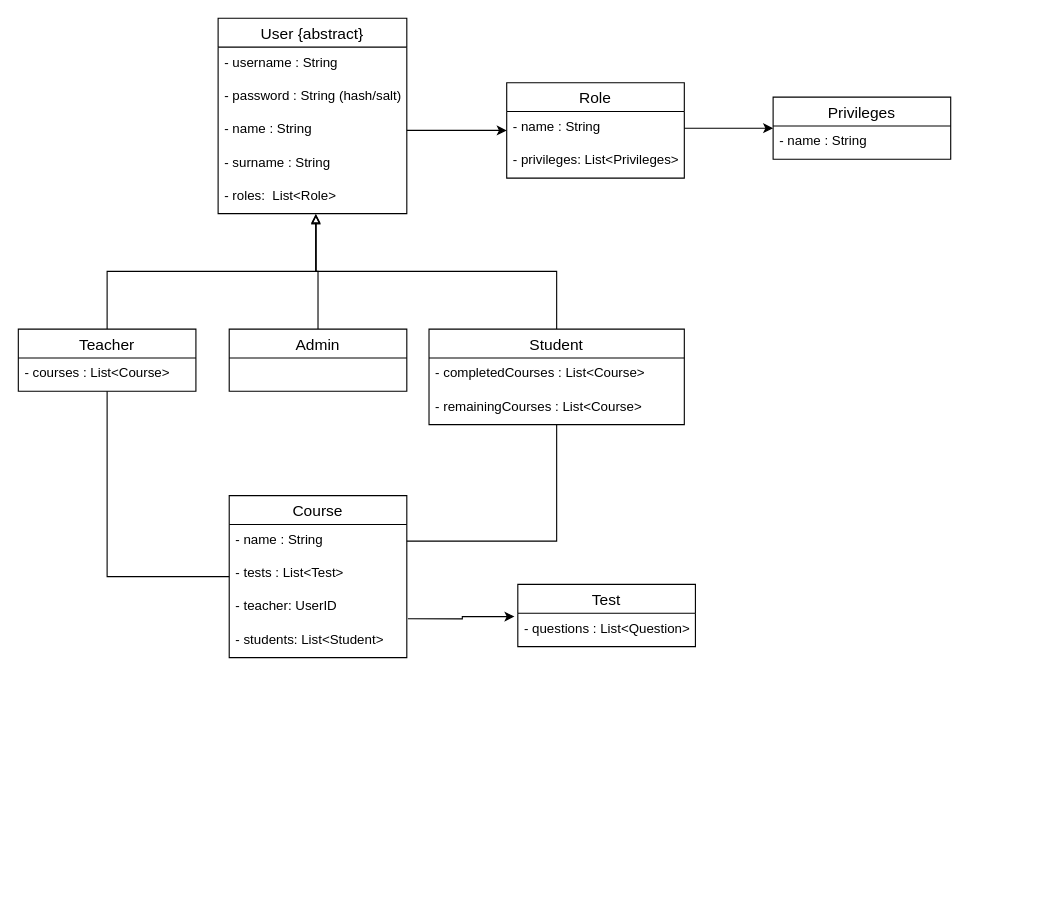
Marieta3/e-obrazovanje keeps this draw.io diagram as diagrams/ClassDiagram.drawio. Above is the earlier version. Source tidied: cells renumbered, new cells numbered last; positions are measured from the earlier drawing's top-left corner, leaving out a move shared by most shapes. Both pictures are drawn from the tidied source at 111%, with x=0, y=0 at pixel (18, 18).
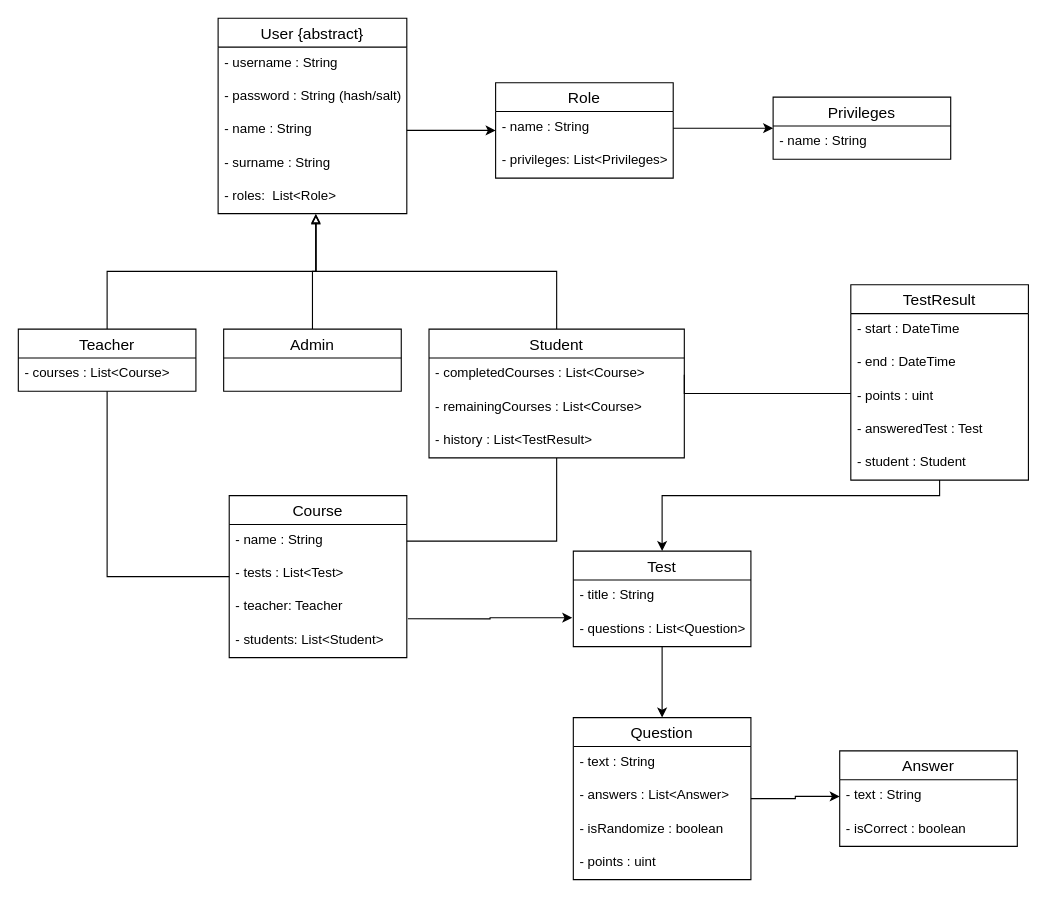
The same diagram, later.

Unchanged cells that the change refers to:
```xml
<mxCell id="17" value="Course" style="swimlane;fontStyle=0;horizontal=1;startSize=26;align=center;fontSize=14;" parent="1" vertex="1">
  <mxGeometry x="190" y="430" width="160" height="146" as="geometry" />
</mxCell>
<mxCell id="21" value="- students: List&lt;Student&gt;" style="text;strokeColor=none;fillColor=none;spacingLeft=4;spacingRight=4;overflow=hidden;points=[[0,0.5],[1,0.5]];portConstraint=eastwest;fontSize=12;" parent="17" vertex="1">
  <mxGeometry y="116" width="160" height="30" as="geometry" />
</mxCell>
<mxCell id="25" value="Teacher" style="swimlane;fontStyle=0;horizontal=1;startSize=26;align=center;fontSize=14;" parent="1" vertex="1">
  <mxGeometry y="280" width="160" height="56" as="geometry" />
</mxCell>
<mxCell id="32" value="- completedCourses : List&lt;Course&gt;" style="text;strokeColor=none;fillColor=none;spacingLeft=4;spacingRight=4;overflow=hidden;points=[[0,0.5],[1,0.5]];portConstraint=eastwest;fontSize=12;" parent="31" vertex="1">
  <mxGeometry y="26" width="230" height="30" as="geometry" />
</mxCell>
```

Diff of the diagram source:
```diff
@@
     <mxCell id="8" value="Role" style="swimlane;fontStyle=0;horizontal=1;startSize=26;align=center;fontSize=14;" parent="1" vertex="1">
-      <mxGeometry x="440" y="58" width="160" height="86" as="geometry" />
+      <mxGeometry x="430" y="58" width="160" height="86" as="geometry" />
     </mxCell>
@@
-    <mxCell id="15" style="edgeStyle=orthogonalEdgeStyle;rounded=0;jettySize=auto;html=1;entryX=-0.019;entryY=0.1;entryDx=0;entryDy=0;entryPerimeter=0;exitX=1.006;exitY=-0.167;exitDx=0;exitDy=0;exitPerimeter=0;" parent="1" edge="1" source="21" target="23">
+    <mxCell id="15" style="edgeStyle=orthogonalEdgeStyle;rounded=0;jettySize=auto;html=1;entryX=-0.006;entryY=1.133;entryDx=0;entryDy=0;entryPerimeter=0;exitX=1.006;exitY=-0.167;exitDx=0;exitDy=0;exitPerimeter=0;" parent="1" edge="1" source="21" target="23">
       <mxGeometry relative="1" as="geometry" />
     </mxCell>
-    <mxCell id="16" style="edgeStyle=orthogonalEdgeStyle;rounded=0;jettySize=auto;html=1;entryX=0.5;entryY=1;entryDx=0;entryDy=0;endArrow=none;endFill=0;" parent="1" edge="1" source="17" target="25">
+    <mxCell id="16" style="edgeStyle=orthogonalEdgeStyle;rounded=0;jettySize=auto;html=1;entryX=0.5;entryY=1;entryDx=0;entryDy=0;endArrow=none;endFill=0;startArrow=none;startFill=0;" parent="1" edge="1" source="17" target="25">
       <mxGeometry relative="1" as="geometry" />
     </mxCell>
@@
-    <mxCell id="20" value="- teacher: UserID" style="text;strokeColor=none;fillColor=none;spacingLeft=4;spacingRight=4;overflow=hidden;fontSize=12;" parent="17" vertex="1">
+    <mxCell id="20" value="- teacher: Teacher" style="text;strokeColor=none;fillColor=none;spacingLeft=4;spacingRight=4;overflow=hidden;fontSize=12;" parent="17" vertex="1">
       <mxGeometry y="86" width="160" height="30" as="geometry" />
     </mxCell>
@@
+    <mxCell id="34" style="edgeStyle=orthogonalEdgeStyle;rounded=0;jettySize=auto;html=1;entryX=0.5;entryY=0;entryDx=0;entryDy=0;" parent="1" edge="1" source="22" target="38">
+      <mxGeometry relative="1" as="geometry" />
+    </mxCell>
     <mxCell id="22" value="Test" style="swimlane;fontStyle=0;horizontal=1;startSize=26;align=center;fontSize=14;" parent="1" vertex="1">
-      <mxGeometry x="450" y="510" width="160" height="56" as="geometry" />
+      <mxGeometry x="500" y="480" width="160" height="86" as="geometry" />
     </mxCell>
-    <mxCell id="23" value="- questions : List&lt;Question&gt;" style="text;strokeColor=none;fillColor=none;spacingLeft=4;spacingRight=4;overflow=hidden;points=[[0,0.5],[1,0.5]];portConstraint=eastwest;fontSize=12;" parent="22" vertex="1">
+    <mxCell id="23" value="- title : String" style="text;strokeColor=none;fillColor=none;spacingLeft=4;spacingRight=4;overflow=hidden;points=[[0,0.5],[1,0.5]];portConstraint=eastwest;fontSize=12;" parent="22" vertex="1">
       <mxGeometry y="26" width="160" height="30" as="geometry" />
     </mxCell>
+    <mxCell id="35" value="- questions : List&lt;Question&gt;" style="text;strokeColor=none;fillColor=none;spacingLeft=4;spacingRight=4;overflow=hidden;fontSize=12;" parent="22" vertex="1">
+      <mxGeometry y="56" width="160" height="30" as="geometry" />
+    </mxCell>
@@
     <mxCell id="28" value="Admin" style="swimlane;fontStyle=0;horizontal=1;startSize=26;align=center;fontSize=14;" parent="1" vertex="1">
-      <mxGeometry x="190" y="280" width="160" height="56" as="geometry" />
+      <mxGeometry x="185" y="280" width="160" height="56" as="geometry" />
     </mxCell>
@@
     <mxCell id="31" value="Student" style="swimlane;fontStyle=0;horizontal=1;startSize=26;align=center;fontSize=14;" parent="1" vertex="1">
-      <mxGeometry x="370" y="280" width="230" height="86" as="geometry" />
+      <mxGeometry x="370" y="280" width="230" height="116" as="geometry" />
     </mxCell>
@@
+    <mxCell id="36" value="- history : List&lt;TestResult&gt;" style="text;strokeColor=none;fillColor=none;spacingLeft=4;spacingRight=4;overflow=hidden;fontSize=12;" parent="31" vertex="1">
+      <mxGeometry y="86" width="230" height="30" as="geometry" />
+    </mxCell>
+    <mxCell id="37" style="edgeStyle=orthogonalEdgeStyle;rounded=0;jettySize=auto;html=1;entryX=0;entryY=0.5;entryDx=0;entryDy=0;" parent="1" edge="1" source="38" target="44">
+      <mxGeometry relative="1" as="geometry" />
+    </mxCell>
+    <mxCell id="38" value="Question" style="swimlane;fontStyle=0;horizontal=1;startSize=26;align=center;fontSize=14;" parent="1" vertex="1">
+      <mxGeometry x="500" y="630" width="160" height="146" as="geometry" />
+    </mxCell>
+    <mxCell id="39" value="- text : String" style="text;strokeColor=none;fillColor=none;spacingLeft=4;spacingRight=4;overflow=hidden;fontSize=12;" parent="38" vertex="1">
+      <mxGeometry y="26" width="160" height="30" as="geometry" />
+    </mxCell>
+    <mxCell id="40" value="- answers : List&lt;Answer&gt;" style="text;strokeColor=none;fillColor=none;spacingLeft=4;spacingRight=4;overflow=hidden;fontSize=12;" parent="38" vertex="1">
+      <mxGeometry y="56" width="160" height="30" as="geometry" />
+    </mxCell>
+    <mxCell id="41" value="- isRandomize : boolean" style="text;strokeColor=none;fillColor=none;spacingLeft=4;spacingRight=4;overflow=hidden;fontSize=12;" parent="38" vertex="1">
+      <mxGeometry y="86" width="160" height="30" as="geometry" />
+    </mxCell>
+    <mxCell id="42" value="- points : uint" style="text;strokeColor=none;fillColor=none;spacingLeft=4;spacingRight=4;overflow=hidden;fontSize=12;" parent="38" vertex="1">
+      <mxGeometry y="116" width="160" height="30" as="geometry" />
+    </mxCell>
+    <mxCell id="43" value="Answer" style="swimlane;fontStyle=0;horizontal=1;startSize=26;align=center;fontSize=14;" parent="1" vertex="1">
+      <mxGeometry x="740" y="660" width="160" height="86" as="geometry" />
+    </mxCell>
+    <mxCell id="44" value="- text : String" style="text;strokeColor=none;fillColor=none;spacingLeft=4;spacingRight=4;overflow=hidden;points=[[0,0.5],[1,0.5]];portConstraint=eastwest;fontSize=12;" parent="43" vertex="1">
+      <mxGeometry y="26" width="160" height="30" as="geometry" />
+    </mxCell>
+    <mxCell id="45" value="- isCorrect : boolean" style="text;strokeColor=none;fillColor=none;spacingLeft=4;spacingRight=4;overflow=hidden;fontSize=12;" parent="43" vertex="1">
+      <mxGeometry y="56" width="160" height="30" as="geometry" />
+    </mxCell>
+    <mxCell id="46" style="edgeStyle=orthogonalEdgeStyle;rounded=0;jettySize=auto;html=1;entryX=1;entryY=0.5;entryDx=0;entryDy=0;endArrow=none;endFill=0;startArrow=none;startFill=0;" parent="1" edge="1" source="48" target="32">
+      <mxGeometry relative="1" as="geometry">
+        <Array as="points">
+          <mxPoint x="600" y="338" />
+        </Array>
+      </mxGeometry>
+    </mxCell>
+    <mxCell id="47" style="edgeStyle=orthogonalEdgeStyle;rounded=0;jettySize=auto;html=1;entryX=0.5;entryY=0;entryDx=0;entryDy=0;" parent="1" edge="1" source="48" target="22">
+      <mxGeometry relative="1" as="geometry">
+        <Array as="points">
+          <mxPoint x="830" y="430" />
+          <mxPoint x="580" y="430" />
+        </Array>
+      </mxGeometry>
+    </mxCell>
+    <mxCell id="48" value="TestResult" style="swimlane;fontStyle=0;horizontal=1;startSize=26;align=center;fontSize=14;" parent="1" vertex="1">
+      <mxGeometry x="750" y="240" width="160" height="176" as="geometry" />
+    </mxCell>
+    <mxCell id="49" value="- start : DateTime" style="text;strokeColor=none;fillColor=none;spacingLeft=4;spacingRight=4;overflow=hidden;fontSize=12;" parent="48" vertex="1">
+      <mxGeometry y="26" width="160" height="30" as="geometry" />
+    </mxCell>
+    <mxCell id="50" value="- end : DateTime" style="text;strokeColor=none;fillColor=none;spacingLeft=4;spacingRight=4;overflow=hidden;fontSize=12;" parent="48" vertex="1">
+      <mxGeometry y="56" width="160" height="30" as="geometry" />
+    </mxCell>
+    <mxCell id="51" value="- points : uint" style="text;strokeColor=none;fillColor=none;spacingLeft=4;spacingRight=4;overflow=hidden;fontSize=12;" parent="48" vertex="1">
+      <mxGeometry y="86" width="160" height="30" as="geometry" />
+    </mxCell>
+    <mxCell id="52" value="- answeredTest : Test" style="text;strokeColor=none;fillColor=none;spacingLeft=4;spacingRight=4;overflow=hidden;fontSize=12;" parent="48" vertex="1">
+      <mxGeometry y="116" width="160" height="30" as="geometry" />
+    </mxCell>
+    <mxCell id="53" value="- student : Student" style="text;strokeColor=none;fillColor=none;spacingLeft=4;spacingRight=4;overflow=hidden;fontSize=12;" parent="48" vertex="1">
+      <mxGeometry y="146" width="160" height="30" as="geometry" />
+    </mxCell>
```
